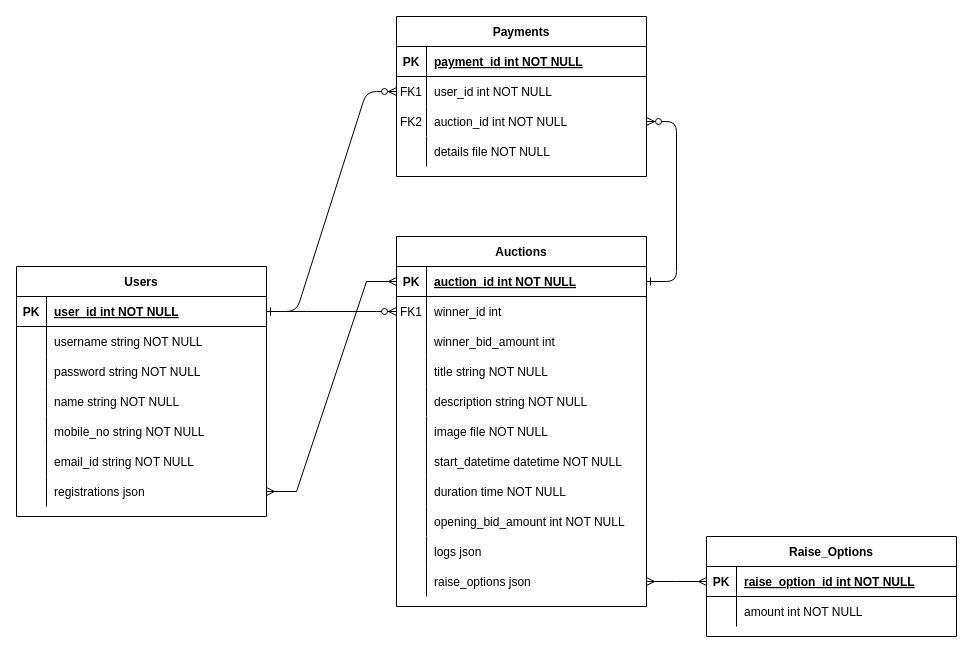
This is Auction.drawio from TechManTejas/Auction_Express_Backend, a draw.io file, before an edit. Source tidied: cells renumbered, new cells numbered last; positions are measured from the earlier drawing's top-left corner, leaving out a move shared by most shapes. Both pictures are drawn from the tidied source at 100%, with x=0, y=0 at pixel (16, 16).
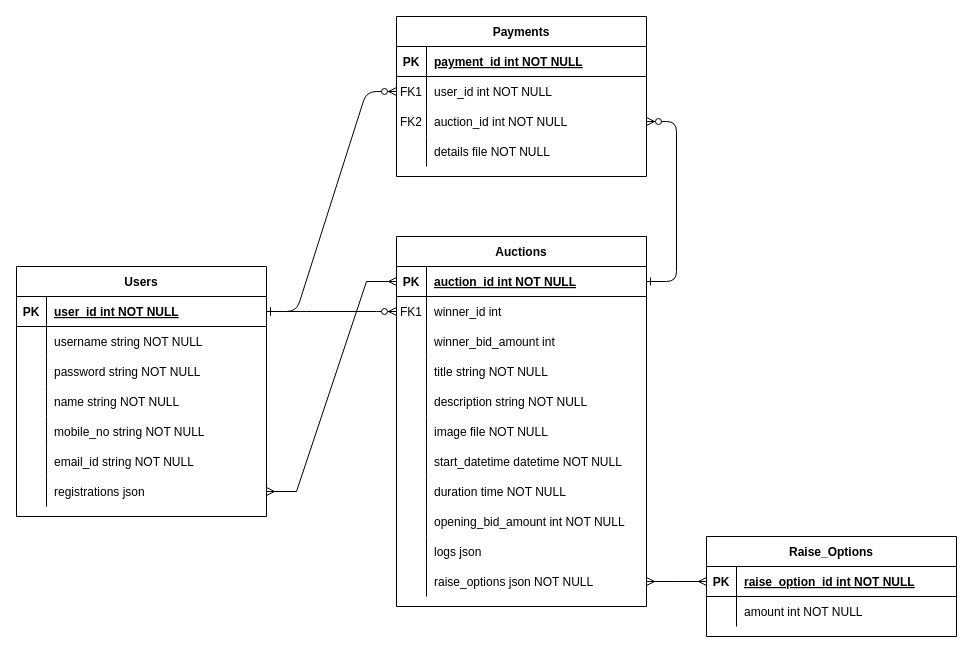
Above is the later version.

Unchanged cells that the change refers to:
```xml
<mxCell id="55" style="shape=partialRectangle;fillColor=none;points=[[0,0.5],[1,0.5]];portConstraint=eastwest;top=0;left=0;right=0;bottom=0;" parent="24" vertex="1">
  <mxGeometry y="330" width="250" height="30" as="geometry" />
</mxCell>
```

What changed in the source:
```diff
@@
-    <mxCell id="57" value="raise_options json " style="shape=partialRectangle;overflow=hidden;fillColor=none;top=0;left=0;bottom=0;right=0;align=left;spacingLeft=6;" parent="55" vertex="1">
+    <mxCell id="57" value="raise_options json NOT NULL" style="shape=partialRectangle;overflow=hidden;fillColor=none;top=0;left=0;bottom=0;right=0;align=left;spacingLeft=6;" parent="55" vertex="1">
       <mxGeometry x="30" width="220" height="30" as="geometry" />
     </mxCell>
```
